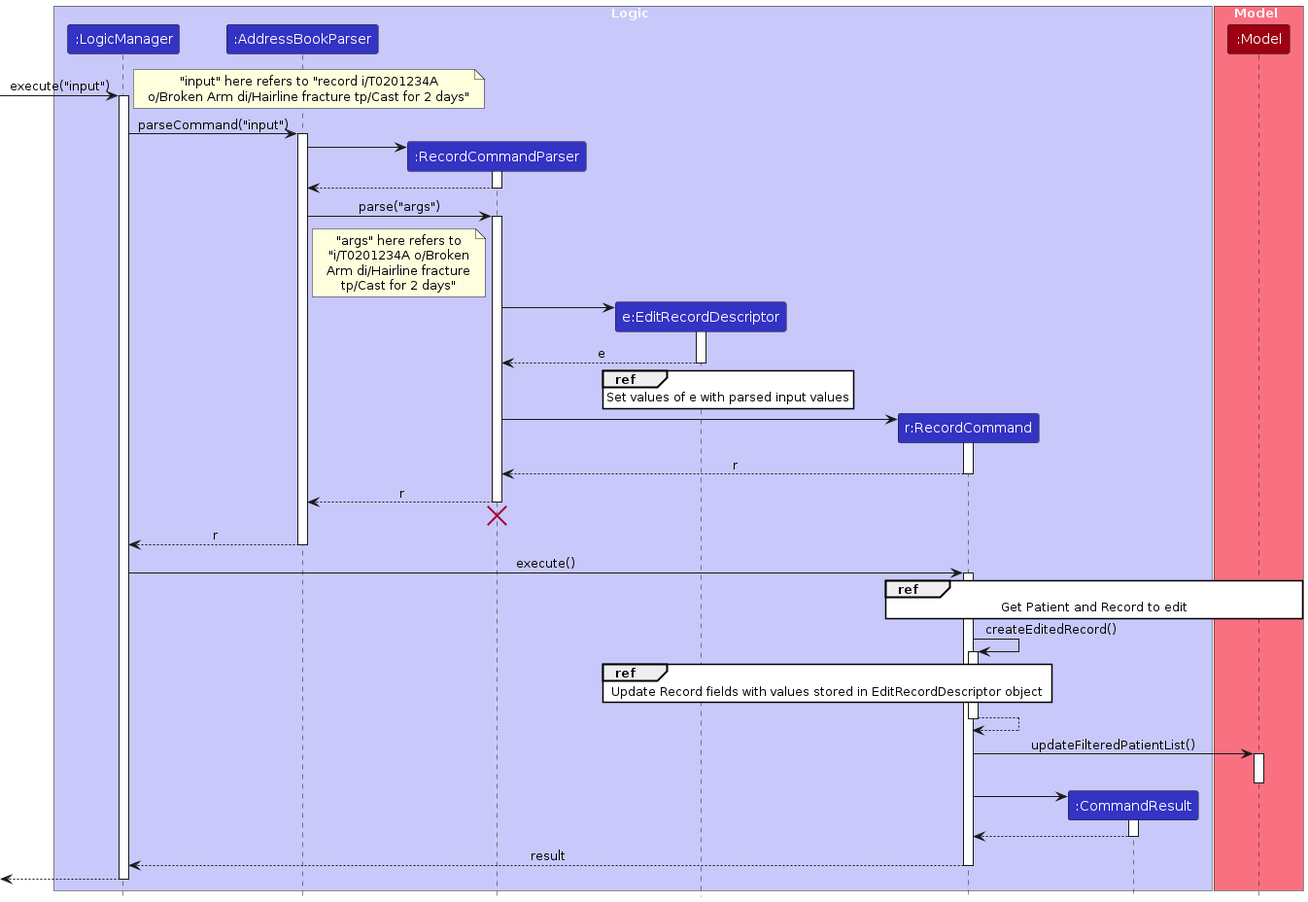
Earlier version of the PlantUML export diagrams/RecordSequenceDiagram.png (AaronJT1/tp). Its source is kept beside it as diagrams/RecordSequenceDiagram.puml.
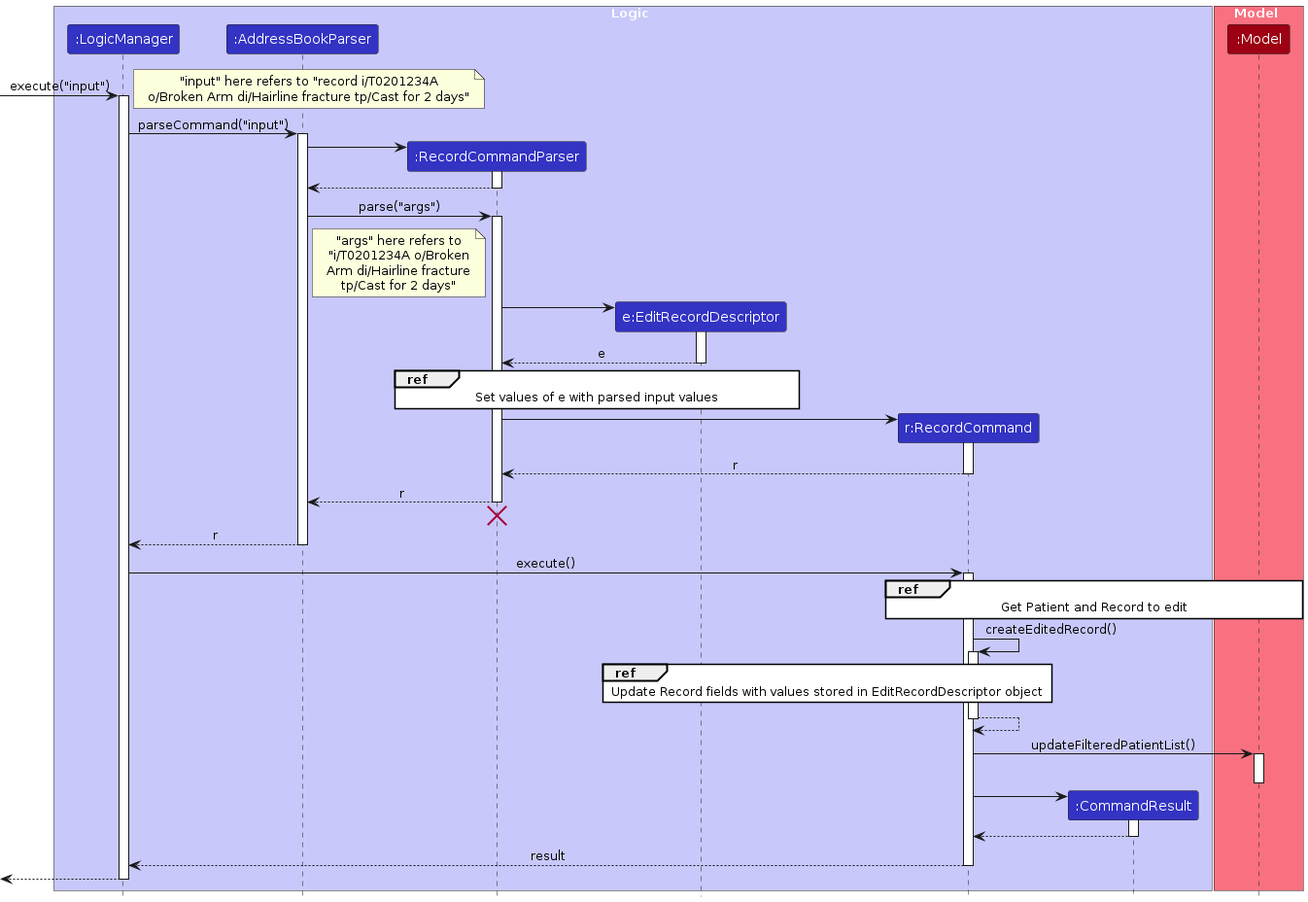
Later version of the same file.

Diff of the diagram source:
```diff
@@ -51,7 +51,7 @@
 EditRecordDescriptor --> RecordCommandParser : e
 deactivate EditRecordDescriptor
 
-ref over EditRecordDescriptor : Set values of e with parsed input values
+ref over EditRecordDescriptor, RecordCommandParser : Set values of e with parsed input values
 
 create RecordCommand
 RecordCommandParser -> RecordCommand
```
